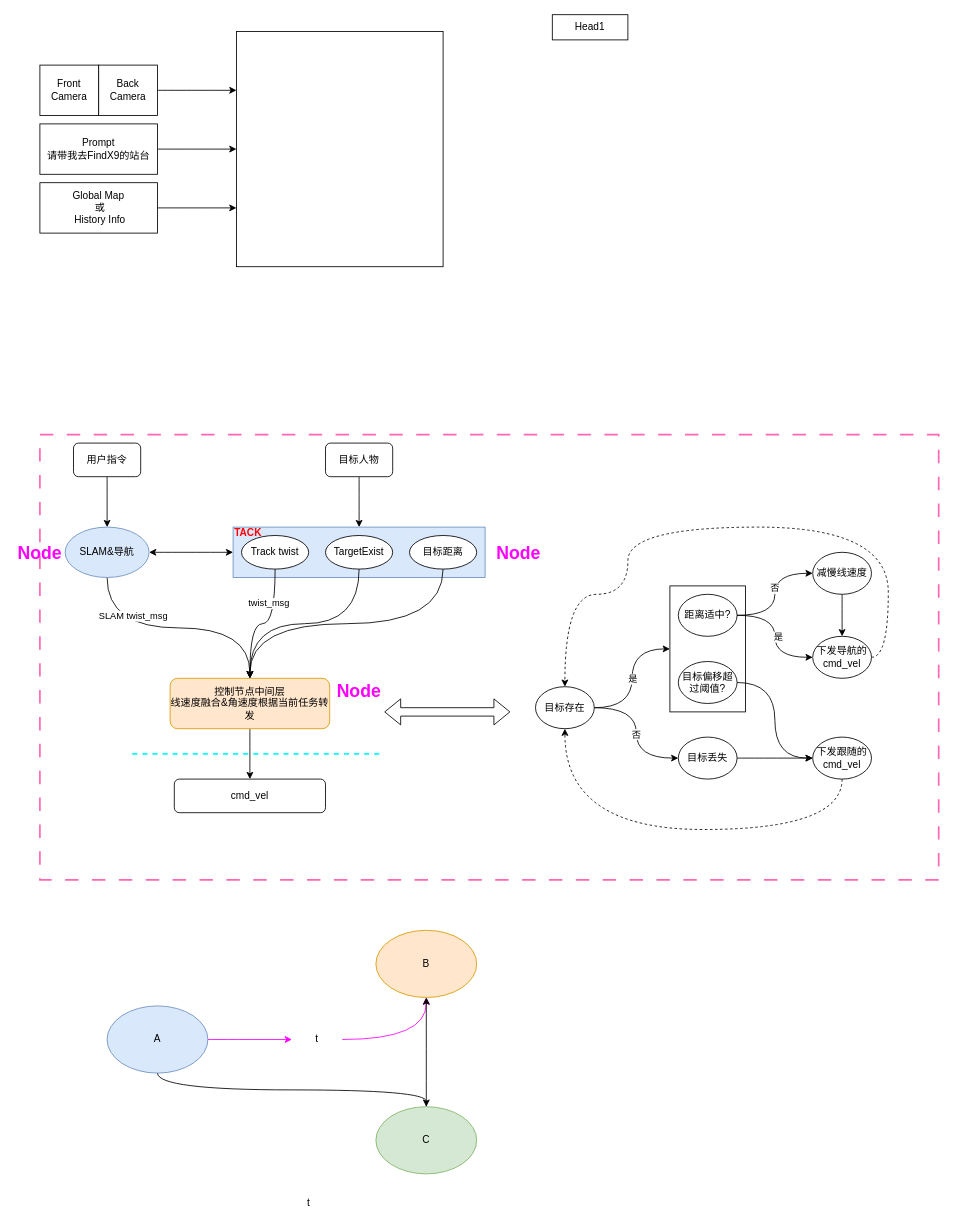
The draw.io diagram WorkSpace/跟随&导航状态机想法.drawio in mailonghua/drawio, before the edit. Source tidied: cells renumbered, new cells numbered last; positions are measured from the earlier drawing's top-left corner, leaving out a move shared by most shapes. Both pictures are drawn from the tidied source at 84%, with x=0, y=0 at pixel (14, 14).
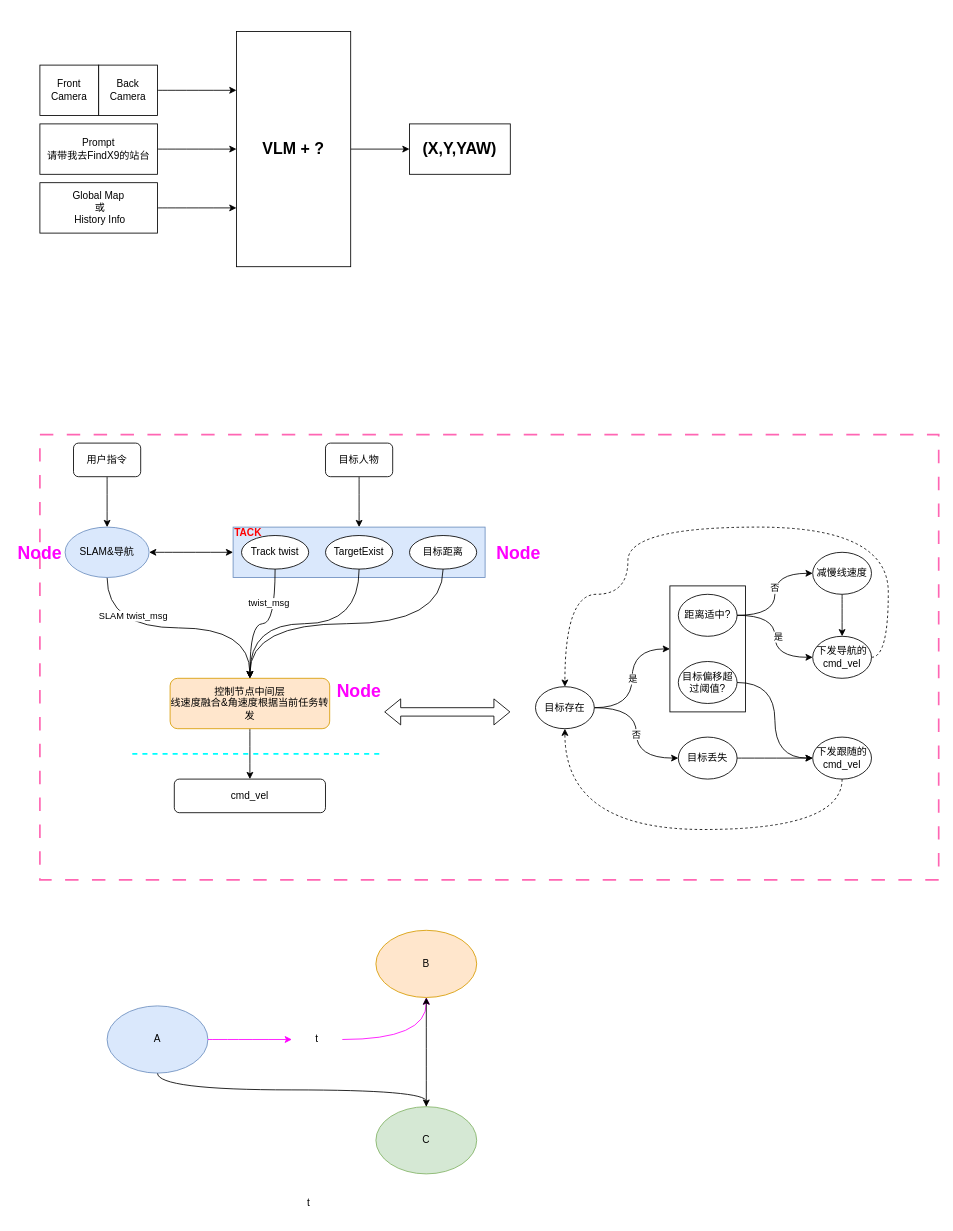
Above is the later version.

Commit message (it also covers changes not shown here):
更新跟随&导航状态机想法.drawio

Diff of the diagram source:
```diff
@@
+    <mxCell id="70" style="edgeStyle=orthogonalEdgeStyle;rounded=0;jettySize=auto;html=1;" parent="1" edge="1" source="60" target="71">
+      <mxGeometry relative="1" as="geometry" />
+    </mxCell>
-    <mxCell id="60" style="rounded=0;whiteSpace=wrap;html=1;" parent="1" vertex="1">
-      <mxGeometry x="264" y="20" width="246" height="280" as="geometry" />
+    <mxCell id="60" value="VLM + ?" style="rounded=0;whiteSpace=wrap;html=1;fontSize=19;fontStyle=1;" parent="1" vertex="1">
+      <mxGeometry x="264" y="20" width="136" height="280" as="geometry" />
     </mxCell>
@@
-    <mxCell id="69" value="Head1" style="rounded=0;whiteSpace=wrap;html=1;" parent="1" vertex="1">
-      <mxGeometry x="640" width="90" height="30" as="geometry" />
-    </mxCell>
+    <mxCell id="71" value="(X,Y,YAW)" style="whiteSpace=wrap;html=1;fontSize=19;rounded=0;fontStyle=1;" parent="1" vertex="1">
+      <mxGeometry x="470" y="130" width="120" height="60" as="geometry" />
+    </mxCell>
```
